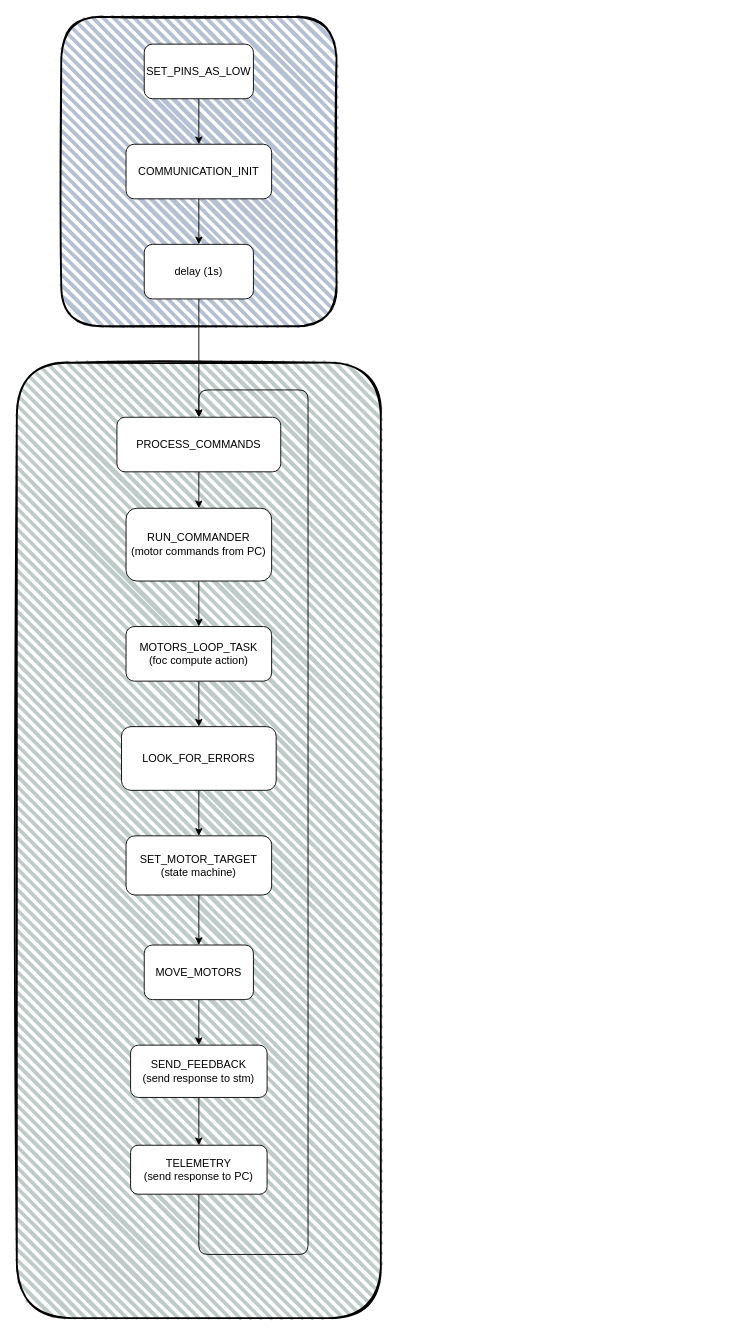
The draw.io diagram resources/esp_diagram.drawio in GrzegorzGrudzinski/BalancingRobot-Main-Controller, before the edit. Source tidied: cells renumbered, new cells numbered last; positions are measured from the earlier drawing's top-left corner, leaving out a move shared by most shapes. Both pictures are drawn from the tidied source at 91%, with x=0, y=0 at pixel (16, 16).
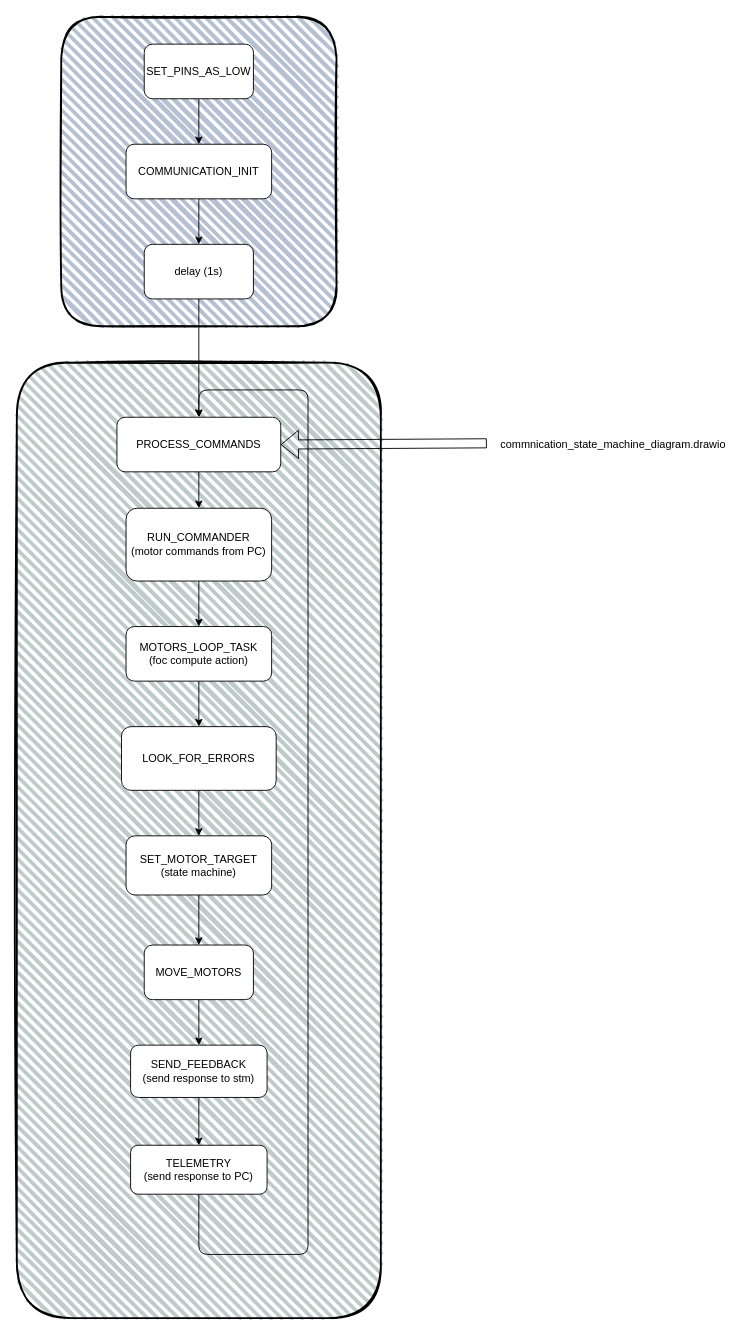
The same diagram, later.

Unchanged cells that the change refers to:
```xml
<mxCell id="11" value="PROCESS_COMMANDS" style="whiteSpace=wrap;html=1;rounded=1;" parent="1" vertex="1">
  <mxGeometry x="110" y="440" width="180" height="60" as="geometry" />
</mxCell>
```

What changed in the source:
```diff
@@
+    <mxCell id="26" value="commnication_state_machine_diagram.drawio" style="text;html=1;align=center;verticalAlign=middle;points=[];strokeColor=none;fillColor=none;" parent="1" vertex="1">
+      <mxGeometry x="520" y="455" width="270" height="30" as="geometry" />
+    </mxCell>
+    <mxCell id="27" style="shape=flexArrow;endArrow=classic;html=1;exitX=-0.013;exitY=0.455;exitDx=0;exitDy=0;exitPerimeter=0;entryX=1;entryY=0.5;entryDx=0;entryDy=0;" parent="1" edge="1" source="26" target="11">
+      <mxGeometry relative="1" as="geometry" />
+    </mxCell>
```
